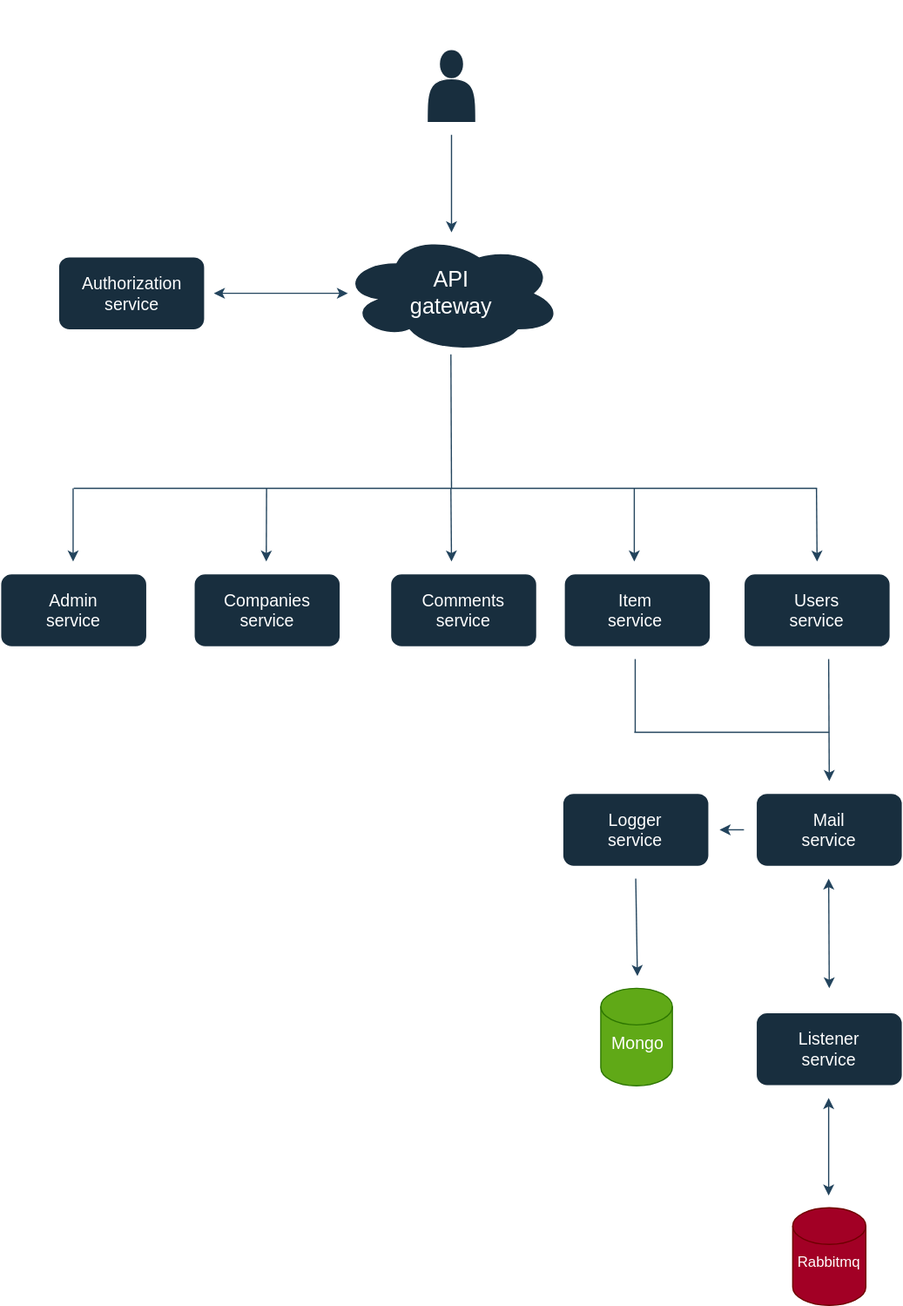
Above: all/shopper-micro.drawio.svg in havrydotdev/diagrams (draw.io), before the change. Source tidied: cells renumbered, new cells last; positions are measured from the earlier drawing's top-left corner, leaving out a move shared by most shapes.
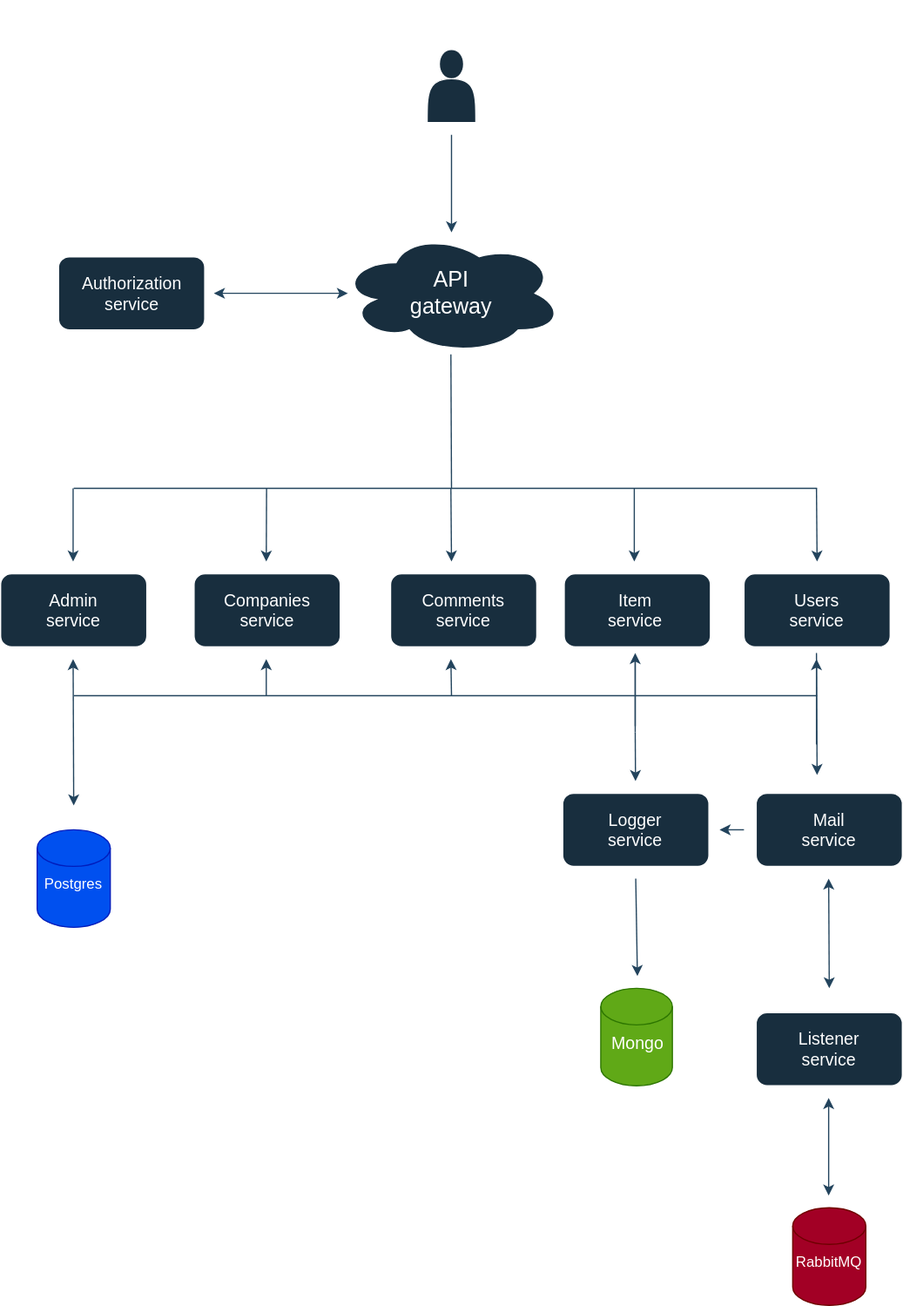
Later version of the same file.

What changed in the source:
```diff
@@ -107,7 +107,7 @@
         <mxPoint x="679.5" y="900" as="targetPoint" />
       </mxGeometry>
     </mxCell>
-    <mxCell id="31" value="&lt;font style=&quot;font-size: 12px;&quot;&gt;Rabbitmq&lt;/font&gt;" style="text;strokeColor=none;align=center;fillColor=none;html=1;verticalAlign=middle;whiteSpace=wrap;rounded=0;labelBackgroundColor=none;fontColor=#FFFFFF;" parent="1" vertex="1">
+    <mxCell id="31" value="&lt;font style=&quot;font-size: 12px;&quot;&gt;RabbitMQ&lt;/font&gt;" style="text;strokeColor=none;align=center;fillColor=none;html=1;verticalAlign=middle;whiteSpace=wrap;rounded=0;labelBackgroundColor=none;fontColor=#FFFFFF;" parent="1" vertex="1">
       <mxGeometry x="650" y="1020" width="60" height="30" as="geometry" />
     </mxCell>
     <mxCell id="32" value="gRPC" style="text;strokeColor=none;align=center;fillColor=none;html=1;verticalAlign=middle;whiteSpace=wrap;rounded=0;rotation=90;labelBackgroundColor=none;fontColor=#FFFFFF;" parent="1" vertex="1">
@@ -119,12 +119,6 @@
         <mxPoint x="590" y="680" as="targetPoint" />
       </mxGeometry>
     </mxCell>
-    <mxCell id="34" style="endArrow=none;html=1;rounded=0;labelBackgroundColor=none;strokeColor=#23445D;fontColor=default;" parent="1" edge="1">
-      <mxGeometry relative="1" as="geometry">
-        <mxPoint x="520" y="600" as="sourcePoint" />
-        <mxPoint x="680" y="600" as="targetPoint" />
-      </mxGeometry>
-    </mxCell>
     <mxCell id="35" style="endArrow=none;html=1;rounded=0;labelBackgroundColor=none;strokeColor=#23445D;fontColor=default;" parent="1" edge="1">
       <mxGeometry relative="1" as="geometry">
         <mxPoint x="520.8" y="600" as="sourcePoint" />
@@ -173,8 +167,8 @@
         <mxPoint x="670" y="460" as="targetPoint" />
       </mxGeometry>
     </mxCell>
-    <mxCell id="43" value="gRPC" style="text;strokeColor=none;align=center;fillColor=none;html=1;verticalAlign=middle;whiteSpace=wrap;rounded=0;fontColor=#FFFFFF;" parent="1" vertex="1">
-      <mxGeometry x="570" y="570" width="60" height="30" as="geometry" />
+    <mxCell id="43" value="gRPC" style="text;strokeColor=none;align=center;fillColor=none;html=1;verticalAlign=middle;whiteSpace=wrap;rounded=0;fontColor=#FFFFFF;rotation=90;" parent="1" vertex="1">
+      <mxGeometry x="650" y="565" width="60" height="30" as="geometry" />
     </mxCell>
     <mxCell id="44" style="rounded=1;whiteSpace=wrap;html=1;labelBackgroundColor=none;fillColor=#182E3E;strokeColor=#FFFFFF;fontColor=#FFFFFF;" parent="1" vertex="1">
       <mxGeometry x="462.5" y="470" width="120" height="60" as="geometry" />
@@ -187,9 +181,57 @@
     </mxCell>
     <mxCell id="47" style="endArrow=classic;html=1;rounded=0;strokeColor=#23445D;" parent="1" edge="1">
       <mxGeometry relative="1" as="geometry">
-        <mxPoint x="679.5" y="540" as="sourcePoint" />
-        <mxPoint x="680" y="640" as="targetPoint" />
+        <mxPoint x="669.5" y="535" as="sourcePoint" />
+        <mxPoint x="670" y="635" as="targetPoint" />
       </mxGeometry>
     </mxCell>
+    <mxCell id="48" style="endArrow=none;html=1;rounded=0;strokeColor=#23445D;" parent="1" edge="1">
+      <mxGeometry relative="1" as="geometry">
+        <mxPoint x="60" y="570" as="sourcePoint" />
+        <mxPoint x="670" y="570" as="targetPoint" />
+      </mxGeometry>
+    </mxCell>
+    <mxCell id="49" style="endArrow=classic;html=1;rounded=0;strokeColor=#23445D;" parent="1" edge="1">
+      <mxGeometry relative="1" as="geometry">
+        <mxPoint x="520.8" y="595" as="sourcePoint" />
+        <mxPoint x="520.8" y="535" as="targetPoint" />
+      </mxGeometry>
+    </mxCell>
+    <mxCell id="50" style="endArrow=classic;html=1;rounded=0;strokeColor=#23445D;" parent="1" edge="1">
+      <mxGeometry relative="1" as="geometry">
+        <mxPoint x="669.5" y="610" as="sourcePoint" />
+        <mxPoint x="669.5" y="540" as="targetPoint" />
+      </mxGeometry>
+    </mxCell>
+    <mxCell id="51" style="endArrow=classic;startArrow=classic;html=1;rounded=0;strokeColor=#23445D;" parent="1" edge="1">
+      <mxGeometry relative="1" as="geometry">
+        <mxPoint x="60" y="660" as="sourcePoint" />
+        <mxPoint x="59.5" y="540" as="targetPoint" />
+      </mxGeometry>
+    </mxCell>
+    <mxCell id="52" style="endArrow=classic;html=1;rounded=0;strokeColor=#23445D;" parent="1" edge="1">
+      <mxGeometry relative="1" as="geometry">
+        <mxPoint x="218" y="570" as="sourcePoint" />
+        <mxPoint x="218" y="540" as="targetPoint" />
+      </mxGeometry>
+    </mxCell>
+    <mxCell id="53" style="endArrow=classic;html=1;rounded=0;strokeColor=#23445D;" parent="1" edge="1">
+      <mxGeometry relative="1" as="geometry">
+        <mxPoint x="370" y="570" as="sourcePoint" />
+        <mxPoint x="369.5" y="540" as="targetPoint" />
+      </mxGeometry>
+    </mxCell>
+    <mxCell id="54" style="shape=cylinder3;whiteSpace=wrap;html=1;boundedLbl=1;backgroundOutline=1;size=15;strokeColor=#001DBC;fontColor=#ffffff;fillColor=#0050ef;" parent="1" vertex="1">
+      <mxGeometry x="30" y="680" width="60" height="80" as="geometry" />
+    </mxCell>
+    <mxCell id="55" value="Postgres" style="text;strokeColor=none;align=center;fillColor=none;html=1;verticalAlign=middle;whiteSpace=wrap;rounded=0;fontColor=#FFFFFF;" parent="1" vertex="1">
+      <mxGeometry x="30" y="710" width="60" height="30" as="geometry" />
+    </mxCell>
+    <mxCell id="56" style="endArrow=classic;html=1;rounded=0;strokeColor=#23445D;" parent="1" edge="1">
+      <mxGeometry relative="1" as="geometry">
+        <mxPoint x="520.8" y="600" as="sourcePoint" />
+        <mxPoint x="521" y="640" as="targetPoint" />
+      </mxGeometry>
+    </mxCell>
   </root>
 </mxGraphModel>
```
